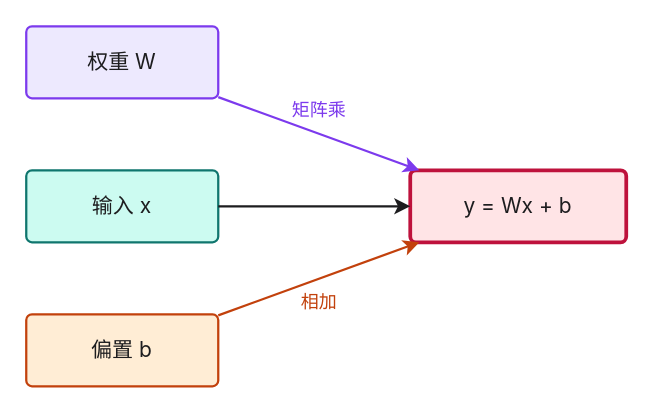
Earlier version of the draw.io diagram page "数据流" (2 of 2) of src/content/shared/diagrams/transformer-block.drawio (xingcanlee/astro-wisp). Source tidied: cells renumbered, new cells numbered last; positions are measured from the earlier drawing's top-left corner, leaving out a move shared by most shapes. Both pictures are drawn from the tidied source at 150%, with x=0, y=0 at pixel (26, 26).
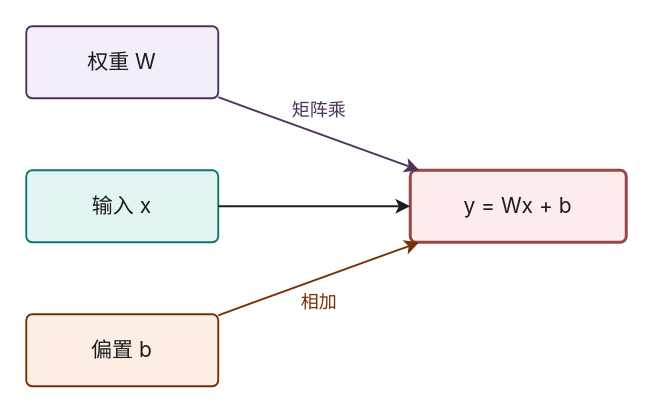
The same page after the edit.

The edit, as a diff of the source:
```diff
@@
 <mxGraphModel>
   <root>
     <mxCell id="0" />
     <mxCell id="1" parent="0" />
-    <mxCell id="2" value="权重 W" style="rounded=1;arcSize=8;whiteSpace=wrap;html=1;fillColor=#ede9fe;strokeColor=#7c3aed;strokeWidth=1.5;fontFamily=Inter;fontSize=14;fontColor=#1d1d1f;" parent="1" vertex="1">
+    <mxCell id="2" value="权重 W" style="rounded=1;absoluteArcSize=1;arcSize=8;whiteSpace=wrap;html=1;fillColor=#f5eef9;strokeColor=#4d335c;strokeWidth=1.25;fontFamily=Inter;fontSize=14;fontColor=#1d1d1f;" parent="1" vertex="1">
       <mxGeometry width="128" height="48" as="geometry" />
     </mxCell>
-    <mxCell id="3" value="输入 x" style="rounded=1;arcSize=8;whiteSpace=wrap;html=1;fillColor=#ccfbf1;strokeColor=#0f766e;strokeWidth=1.5;fontFamily=Inter;fontSize=14;fontColor=#1d1d1f;" parent="1" vertex="1">
+    <mxCell id="3" value="输入 x" style="rounded=1;absoluteArcSize=1;arcSize=8;whiteSpace=wrap;html=1;fillColor=#e3f5f3;strokeColor=#0f766e;strokeWidth=1.25;fontFamily=Inter;fontSize=14;fontColor=#1d1d1f;" parent="1" vertex="1">
       <mxGeometry y="96" width="128" height="48" as="geometry" />
     </mxCell>
-    <mxCell id="4" value="偏置 b" style="rounded=1;arcSize=8;whiteSpace=wrap;html=1;fillColor=#ffedd5;strokeColor=#c2410c;strokeWidth=1.5;fontFamily=Inter;fontSize=14;fontColor=#1d1d1f;" parent="1" vertex="1">
+    <mxCell id="4" value="偏置 b" style="rounded=1;absoluteArcSize=1;arcSize=8;whiteSpace=wrap;html=1;fillColor=#fceee4;strokeColor=#762f06;strokeWidth=1.25;fontFamily=Inter;fontSize=14;fontColor=#1d1d1f;" parent="1" vertex="1">
       <mxGeometry y="192" width="128" height="48" as="geometry" />
     </mxCell>
-    <mxCell id="5" value="y = Wx + b" style="rounded=1;arcSize=8;whiteSpace=wrap;html=1;fillColor=#ffe4e6;strokeColor=#be123c;strokeWidth=2.5;fontFamily=Inter;fontSize=14;fontColor=#1d1d1f;" parent="1" vertex="1">
+    <mxCell id="5" value="y = Wx + b" style="rounded=1;absoluteArcSize=1;arcSize=8;whiteSpace=wrap;html=1;fillColor=#fcedec;strokeColor=#984646;strokeWidth=2;fontFamily=Inter;fontSize=14;fontColor=#1d1d1f;" parent="1" vertex="1">
       <mxGeometry x="256" y="96" width="144" height="48" as="geometry" />
     </mxCell>
-    <mxCell id="6" value="矩阵乘" style="endArrow=classic;html=1;strokeColor=#7c3aed;strokeWidth=1.5;fontFamily=Inter;fontSize=12;fontColor=#7c3aed;" parent="1" edge="1" source="2" target="5">
+    <mxCell id="6" value="矩阵乘" style="endArrow=classic;html=1;strokeColor=#4d335c;strokeWidth=1.25;fontFamily=Inter;fontSize=12;fontColor=#4d335c;" parent="1" edge="1" source="2" target="5">
       <mxGeometry relative="1" as="geometry">
         <mxPoint y="-16" as="offset" />
       </mxGeometry>
     </mxCell>
-    <mxCell id="7" style="endArrow=classic;html=1;strokeColor=#1d1d1f;strokeWidth=1.5;" parent="1" edge="1" source="3" target="5">
+    <mxCell id="7" style="endArrow=classic;html=1;strokeColor=#1d1d1f;strokeWidth=1.25;" parent="1" edge="1" source="3" target="5">
       <mxGeometry relative="1" as="geometry" />
     </mxCell>
-    <mxCell id="8" value="相加" style="endArrow=classic;html=1;strokeColor=#c2410c;strokeWidth=1.5;fontFamily=Inter;fontSize=12;fontColor=#c2410c;" parent="1" edge="1" source="4" target="5">
+    <mxCell id="8" value="相加" style="endArrow=classic;html=1;strokeColor=#762f06;strokeWidth=1.25;fontFamily=Inter;fontSize=12;fontColor=#762f06;" parent="1" edge="1" source="4" target="5">
       <mxGeometry relative="1" as="geometry">
         <mxPoint y="16" as="offset" />
       </mxGeometry>
     </mxCell>
   </root>
 </mxGraphModel>
```
